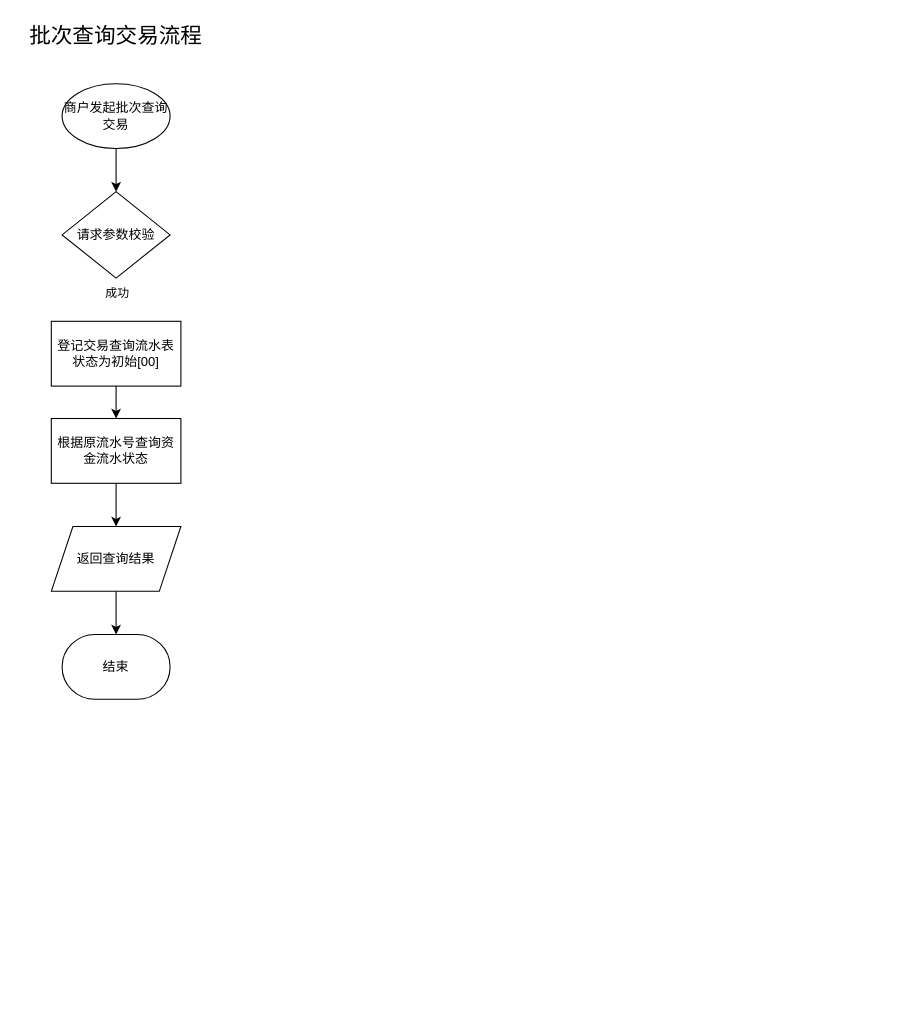
Before: 批次查询流程.drawio in gaofv/draw, a draw.io diagram. Source tidied: cells renumbered, new cells numbered last; positions are measured from the earlier drawing's top-left corner, leaving out a move shared by most shapes. Both pictures are drawn from the tidied source at 108%, with x=0, y=0 at pixel (18, 18).
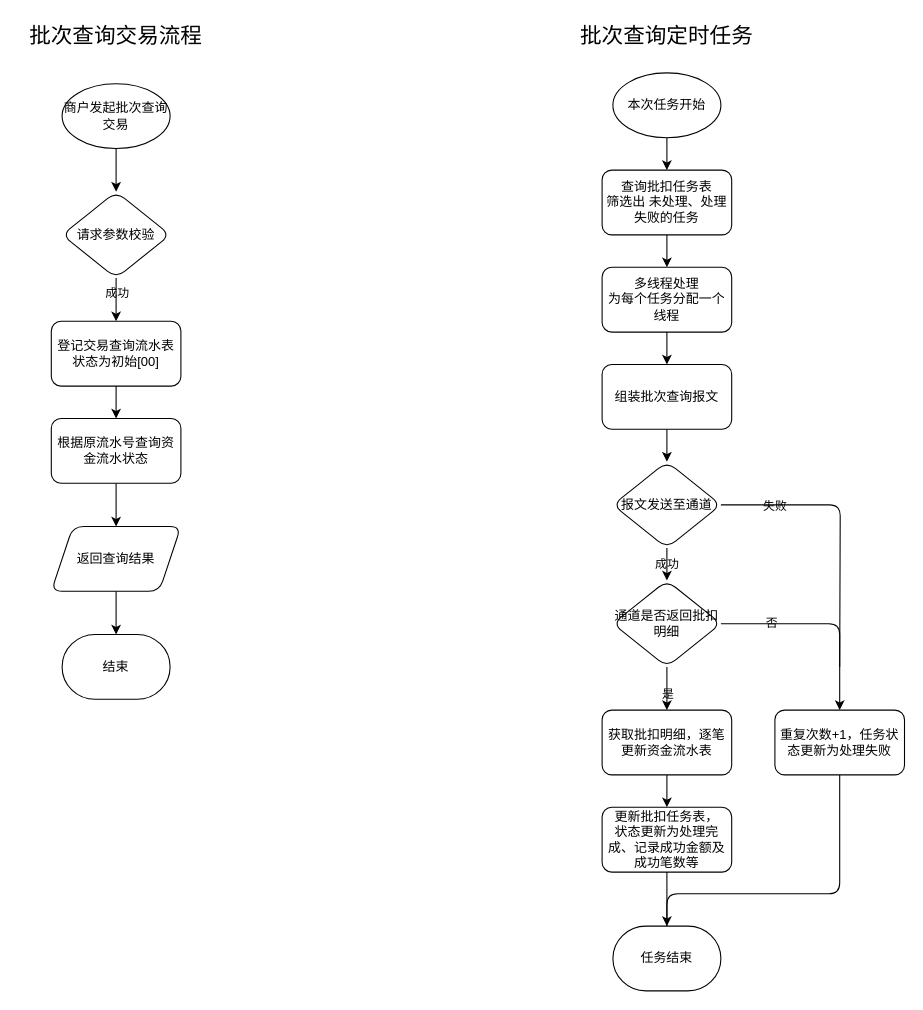
The same diagram, later.

Commit message:
更新批次查询流程.drawio

Diff of the diagram source:
```diff
@@
-<mxGraphModel>
+<mxGraphModel background="#ffffff">
@@
-    <mxCell id="2" style="edgeStyle=orthogonalEdgeStyle;jettySize=auto;html=1;" parent="1" edge="1" source="3" target="5">
+    <mxCell id="2" style="edgeStyle=orthogonalEdgeStyle;jettySize=auto;html=1;labelBackgroundColor=none;labelBorderColor=none;fontColor=default;" parent="1" edge="1" source="3" target="5">
       <mxGeometry relative="1" as="geometry" />
     </mxCell>
-    <mxCell id="3" value="商户发起批次查询交易" style="strokeWidth=1;html=1;shape=mxgraph.flowchart.start_1;whiteSpace=wrap;labelBackgroundColor=none;rounded=0;" parent="1" vertex="1">
+    <mxCell id="3" value="商户发起批次查询交易" style="strokeWidth=1;html=1;shape=mxgraph.flowchart.start_1;whiteSpace=wrap;labelBackgroundColor=none;rounded=1;labelBorderColor=none;" parent="1" vertex="1">
       <mxGeometry x="40" y="60" width="100" height="60" as="geometry" />
     </mxCell>
-    <mxCell id="4" value="成功" style="edgeLabel;html=1;align=center;verticalAlign=middle;" parent="1" vertex="1">
+    <mxCell id="4" value="成功" style="edgeLabel;html=1;align=center;verticalAlign=middle;labelBackgroundColor=none;labelBorderColor=none;rounded=1;" parent="1" vertex="1">
       <mxGeometry x="90" y="253.7" as="geometry" />
     </mxCell>
+    <mxCell id="14" style="edgeStyle=orthogonalEdgeStyle;rounded=1;jettySize=auto;html=1;labelBackgroundColor=none;labelBorderColor=none;fontColor=default;" parent="1" edge="1" source="5" target="8">
+      <mxGeometry relative="1" as="geometry" />
+    </mxCell>
-    <mxCell id="5" value="请求参数校验" style="rhombus;whiteSpace=wrap;html=1;strokeWidth=1;labelBackgroundColor=none;rounded=0;" parent="1" vertex="1">
+    <mxCell id="5" value="请求参数校验" style="rhombus;whiteSpace=wrap;html=1;strokeWidth=1;labelBackgroundColor=none;rounded=1;labelBorderColor=none;" parent="1" vertex="1">
       <mxGeometry x="40" y="160" width="100" height="80" as="geometry" />
     </mxCell>
-    <mxCell id="6" value="结束" style="strokeWidth=1;html=1;shape=mxgraph.flowchart.terminator;whiteSpace=wrap;labelBackgroundColor=none;rounded=0;" parent="1" vertex="1">
+    <mxCell id="6" value="结束" style="strokeWidth=1;html=1;shape=mxgraph.flowchart.terminator;whiteSpace=wrap;labelBackgroundColor=none;rounded=1;labelBorderColor=none;" parent="1" vertex="1">
       <mxGeometry x="40" y="570" width="100" height="60" as="geometry" />
     </mxCell>
-    <mxCell id="7" style="edgeStyle=orthogonalEdgeStyle;jettySize=auto;html=1;" parent="1" edge="1" source="8" target="10">
+    <mxCell id="7" style="edgeStyle=orthogonalEdgeStyle;jettySize=auto;html=1;labelBackgroundColor=none;labelBorderColor=none;fontColor=default;" parent="1" edge="1" source="8" target="10">
       <mxGeometry relative="1" as="geometry" />
     </mxCell>
-    <mxCell id="8" value="登记交易查询流水表&lt;br&gt;状态为初始[00]" style="whiteSpace=wrap;html=1;strokeWidth=1;labelBackgroundColor=none;rounded=0;" parent="1" vertex="1">
+    <mxCell id="8" value="登记交易查询流水表&lt;br&gt;状态为初始[00]" style="whiteSpace=wrap;html=1;strokeWidth=1;labelBackgroundColor=none;rounded=1;labelBorderColor=none;" parent="1" vertex="1">
       <mxGeometry x="30" y="280" width="120" height="60" as="geometry" />
     </mxCell>
-    <mxCell id="9" style="edgeStyle=orthogonalEdgeStyle;jettySize=auto;html=1;" parent="1" edge="1" source="10" target="12">
+    <mxCell id="9" style="edgeStyle=orthogonalEdgeStyle;jettySize=auto;html=1;labelBackgroundColor=none;labelBorderColor=none;fontColor=default;" parent="1" edge="1" source="10" target="12">
       <mxGeometry relative="1" as="geometry" />
     </mxCell>
-    <mxCell id="10" value="根据原流水号查询资金流水状态" style="whiteSpace=wrap;html=1;strokeWidth=1;labelBackgroundColor=none;rounded=0;" parent="1" vertex="1">
+    <mxCell id="10" value="根据原流水号查询资金流水状态" style="whiteSpace=wrap;html=1;strokeWidth=1;labelBackgroundColor=none;rounded=1;labelBorderColor=none;" parent="1" vertex="1">
       <mxGeometry x="30" y="370" width="120" height="60" as="geometry" />
     </mxCell>
-    <mxCell id="11" style="edgeStyle=orthogonalEdgeStyle;jettySize=auto;html=1;" parent="1" edge="1" source="12" target="6">
+    <mxCell id="11" style="edgeStyle=orthogonalEdgeStyle;jettySize=auto;html=1;labelBackgroundColor=none;labelBorderColor=none;fontColor=default;" parent="1" edge="1" source="12" target="6">
       <mxGeometry relative="1" as="geometry" />
     </mxCell>
-    <mxCell id="12" value="返回查询结果" style="shape=parallelogram;perimeter=parallelogramPerimeter;whiteSpace=wrap;html=1;fixedSize=1;strokeWidth=1;labelBackgroundColor=none;rounded=0;" parent="1" vertex="1">
+    <mxCell id="12" value="返回查询结果" style="shape=parallelogram;perimeter=parallelogramPerimeter;whiteSpace=wrap;html=1;fixedSize=1;strokeWidth=1;labelBackgroundColor=none;rounded=1;labelBorderColor=none;" parent="1" vertex="1">
       <mxGeometry x="30" y="470" width="120" height="60" as="geometry" />
     </mxCell>
-    <mxCell id="13" value="批次查询交易流程" style="text;html=1;strokeColor=none;fillColor=none;align=center;verticalAlign=middle;whiteSpace=wrap;rounded=0;fontSize=20;labelBackgroundColor=none;" parent="1" vertex="1">
+    <mxCell id="13" value="批次查询交易流程" style="text;html=1;strokeColor=none;fillColor=none;align=center;verticalAlign=middle;whiteSpace=wrap;rounded=1;fontSize=20;labelBackgroundColor=none;labelBorderColor=none;" parent="1" vertex="1">
       <mxGeometry width="180" height="30" as="geometry" />
     </mxCell>
+    <mxCell id="15" value="批次查询定时任务" style="text;html=1;strokeColor=none;fillColor=none;align=center;verticalAlign=middle;whiteSpace=wrap;rounded=1;fontSize=20;labelBackgroundColor=none;labelBorderColor=none;" parent="1" vertex="1">
+      <mxGeometry x="490" width="220" height="30" as="geometry" />
+    </mxCell>
+    <mxCell id="16" style="edgeStyle=orthogonalEdgeStyle;rounded=1;jettySize=auto;html=1;labelBackgroundColor=none;labelBorderColor=none;fontColor=default;" parent="1" edge="1" source="17" target="19">
+      <mxGeometry relative="1" as="geometry" />
+    </mxCell>
+    <mxCell id="17" value="本次任务开始" style="strokeWidth=1;html=1;shape=mxgraph.flowchart.start_1;whiteSpace=wrap;labelBackgroundColor=none;rounded=1;labelBorderColor=none;" parent="1" vertex="1">
+      <mxGeometry x="550" y="50" width="100" height="60" as="geometry" />
+    </mxCell>
+    <mxCell id="18" style="edgeStyle=orthogonalEdgeStyle;rounded=1;jettySize=auto;html=1;labelBackgroundColor=none;labelBorderColor=none;fontColor=default;" parent="1" edge="1" source="19" target="21">
+      <mxGeometry relative="1" as="geometry" />
+    </mxCell>
+    <mxCell id="19" value="查询批扣任务表&lt;br&gt;筛选出 未处理、处理失败的任务" style="whiteSpace=wrap;html=1;strokeWidth=1;labelBackgroundColor=none;rounded=1;labelBorderColor=none;" parent="1" vertex="1">
+      <mxGeometry x="540" y="140" width="120" height="60" as="geometry" />
+    </mxCell>
+    <mxCell id="20" style="edgeStyle=orthogonalEdgeStyle;rounded=1;jettySize=auto;html=1;labelBackgroundColor=none;labelBorderColor=none;fontColor=default;" parent="1" edge="1" source="21" target="23">
+      <mxGeometry relative="1" as="geometry" />
+    </mxCell>
+    <mxCell id="21" value="多线程处理&lt;br&gt;为每个任务分配一个线程" style="whiteSpace=wrap;html=1;strokeWidth=1;labelBackgroundColor=none;rounded=1;labelBorderColor=none;" parent="1" vertex="1">
+      <mxGeometry x="540" y="230" width="120" height="60" as="geometry" />
+    </mxCell>
+    <mxCell id="22" style="edgeStyle=orthogonalEdgeStyle;rounded=1;jettySize=auto;html=1;labelBackgroundColor=none;labelBorderColor=none;fontColor=default;" parent="1" edge="1" source="23" target="27">
+      <mxGeometry relative="1" as="geometry" />
+    </mxCell>
+    <mxCell id="23" value="组装批次查询报文" style="whiteSpace=wrap;html=1;strokeWidth=1;labelBackgroundColor=none;rounded=1;labelBorderColor=none;" parent="1" vertex="1">
+      <mxGeometry x="540" y="320" width="120" height="60" as="geometry" />
+    </mxCell>
+    <mxCell id="24" style="edgeStyle=orthogonalEdgeStyle;rounded=1;jettySize=auto;html=1;endArrow=none;endFill=0;labelBackgroundColor=none;labelBorderColor=none;fontColor=default;" parent="1" edge="1" source="27">
+      <mxGeometry relative="1" as="geometry">
+        <mxPoint x="760" y="600" as="targetPoint" />
+      </mxGeometry>
+    </mxCell>
+    <mxCell id="25" value="失败" style="edgeLabel;html=1;align=center;verticalAlign=middle;labelBackgroundColor=none;labelBorderColor=none;rounded=1;" parent="24" vertex="1">
+      <mxGeometry x="-0.36" y="2" relative="1" as="geometry">
+        <mxPoint x="-34" y="2" as="offset" />
+      </mxGeometry>
+    </mxCell>
+    <mxCell id="26" value="成功" style="edgeStyle=orthogonalEdgeStyle;rounded=1;jettySize=auto;html=1;labelBackgroundColor=none;labelBorderColor=none;fontColor=default;" parent="1" edge="1" source="27" target="36">
+      <mxGeometry relative="1" as="geometry" />
+    </mxCell>
+    <mxCell id="27" value="报文发送至通道" style="rhombus;whiteSpace=wrap;html=1;strokeWidth=1;labelBackgroundColor=none;rounded=1;labelBorderColor=none;" parent="1" vertex="1">
+      <mxGeometry x="550" y="410" width="100" height="80" as="geometry" />
+    </mxCell>
+    <mxCell id="28" style="edgeStyle=orthogonalEdgeStyle;rounded=1;jettySize=auto;html=1;labelBackgroundColor=none;labelBorderColor=none;fontColor=default;" parent="1" edge="1" source="29" target="38">
+      <mxGeometry relative="1" as="geometry" />
+    </mxCell>
+    <mxCell id="29" value="获取批扣明细，逐笔更新资金流水表" style="whiteSpace=wrap;html=1;strokeWidth=1;labelBackgroundColor=none;rounded=1;labelBorderColor=none;" parent="1" vertex="1">
+      <mxGeometry x="540" y="640" width="120" height="60" as="geometry" />
+    </mxCell>
+    <mxCell id="30" style="edgeStyle=orthogonalEdgeStyle;rounded=1;jettySize=auto;html=1;endArrow=none;endFill=0;labelBackgroundColor=none;labelBorderColor=none;fontColor=default;" parent="1" edge="1" source="31">
+      <mxGeometry relative="1" as="geometry">
+        <mxPoint x="600" y="880" as="targetPoint" />
+        <Array as="points">
+          <mxPoint x="760" y="810" />
+          <mxPoint x="600" y="810" />
+        </Array>
+      </mxGeometry>
+    </mxCell>
+    <mxCell id="31" value="重复次数+1，任务状态更新为处理失败" style="whiteSpace=wrap;html=1;strokeWidth=1;labelBackgroundColor=none;rounded=1;labelBorderColor=none;" parent="1" vertex="1">
+      <mxGeometry x="700" y="640" width="120" height="60" as="geometry" />
+    </mxCell>
+    <mxCell id="32" style="edgeStyle=orthogonalEdgeStyle;rounded=1;jettySize=auto;html=1;labelBackgroundColor=none;labelBorderColor=none;fontColor=default;" parent="1" edge="1" source="36" target="29">
+      <mxGeometry relative="1" as="geometry" />
+    </mxCell>
+    <mxCell id="33" value="是" style="edgeLabel;html=1;align=center;verticalAlign=middle;labelBackgroundColor=none;labelBorderColor=none;rounded=1;" parent="32" vertex="1">
+      <mxGeometry x="-0.44" y="1" relative="1" as="geometry">
+        <mxPoint x="-1" y="13" as="offset" />
+      </mxGeometry>
+    </mxCell>
+    <mxCell id="34" style="edgeStyle=orthogonalEdgeStyle;rounded=1;jettySize=auto;html=1;entryX=0.5;entryY=0;entryDx=0;entryDy=0;labelBackgroundColor=none;labelBorderColor=none;fontColor=default;" parent="1" edge="1" source="36" target="31">
+      <mxGeometry relative="1" as="geometry" />
+    </mxCell>
+    <mxCell id="35" value="否" style="edgeLabel;html=1;align=center;verticalAlign=middle;labelBackgroundColor=none;labelBorderColor=none;rounded=1;" parent="34" vertex="1">
+      <mxGeometry x="-0.52" y="2" relative="1" as="geometry">
+        <mxPoint y="1" as="offset" />
+      </mxGeometry>
+    </mxCell>
+    <mxCell id="36" value="通道是否返回批扣明细" style="rhombus;whiteSpace=wrap;html=1;strokeWidth=1;labelBackgroundColor=none;rounded=1;labelBorderColor=none;" parent="1" vertex="1">
+      <mxGeometry x="550" y="520" width="100" height="80" as="geometry" />
+    </mxCell>
+    <mxCell id="37" style="edgeStyle=orthogonalEdgeStyle;rounded=1;jettySize=auto;html=1;labelBackgroundColor=none;labelBorderColor=none;fontColor=default;" parent="1" edge="1" source="38" target="39">
+      <mxGeometry relative="1" as="geometry" />
+    </mxCell>
+    <mxCell id="38" value="更新批扣任务表，&lt;br&gt;状态更新为处理完成、记录成功金额及成功笔数等" style="whiteSpace=wrap;html=1;strokeWidth=1;labelBackgroundColor=none;rounded=1;labelBorderColor=none;" parent="1" vertex="1">
+      <mxGeometry x="540" y="730" width="120" height="60" as="geometry" />
+    </mxCell>
+    <mxCell id="39" value="任务结束" style="strokeWidth=1;html=1;shape=mxgraph.flowchart.terminator;whiteSpace=wrap;labelBackgroundColor=none;labelBorderColor=none;rounded=1;" parent="1" vertex="1">
+      <mxGeometry x="550" y="840" width="100" height="60" as="geometry" />
+    </mxCell>
```
